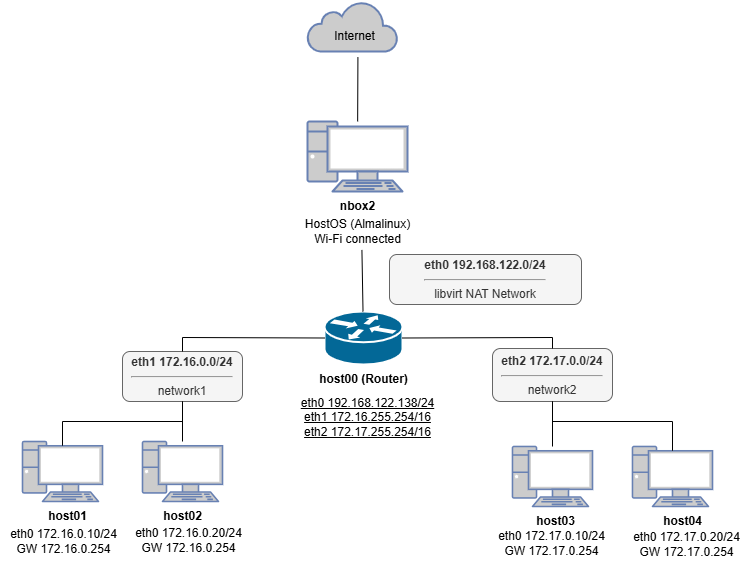
Earlier version of the draw.io export architecture/network-diagram.drawio.png (haru186f/kvm-network-lab). Source tidied: cells renumbered, new cells last; positions are measured from the earlier drawing's top-left corner, leaving out a move shared by most shapes.
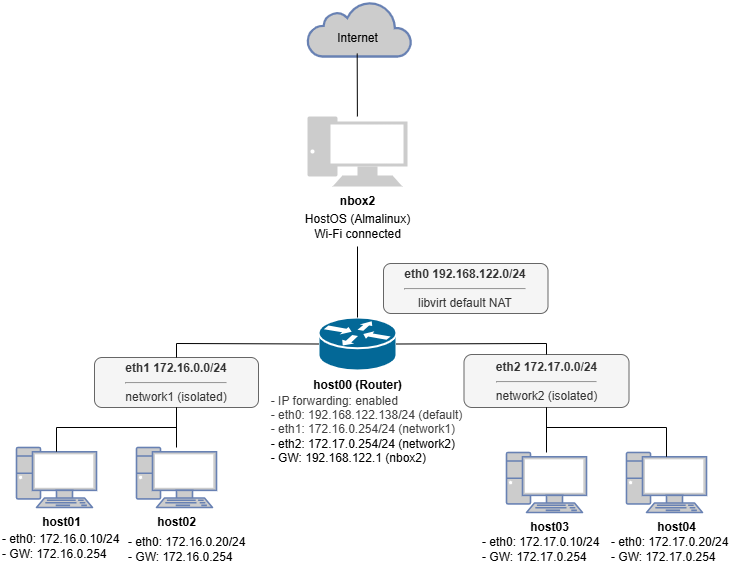
After the change.

Diff of the diagram source:
```diff
@@ -8,20 +8,17 @@
     <mxCell id="3" value="&lt;b&gt;host00 (Router)&lt;br&gt;&lt;/b&gt;" style="text;html=1;align=center;verticalAlign=middle;strokeColor=none;fillColor=none;" parent="1" vertex="1">
       <mxGeometry x="308" y="363" width="110" height="30" as="geometry" />
     </mxCell>
-    <mxCell id="4" value="&lt;div&gt;&lt;font color=&quot;#000000&quot;&gt;&lt;u&gt;eth0 192.168.122.138/24&lt;/u&gt;&lt;/font&gt;&lt;/div&gt;&lt;div&gt;&lt;font color=&quot;#000000&quot;&gt;&lt;u&gt;eth1 172.16.255.254/16&lt;/u&gt;&lt;/font&gt;&lt;/div&gt;&lt;div&gt;&lt;font color=&quot;#000000&quot;&gt;&lt;u&gt;eth2 172.17.255.254/16&lt;/u&gt;&lt;br&gt;&lt;/font&gt;&lt;/div&gt;" style="text;html=1;align=center;verticalAlign=middle;strokeColor=none;fillColor=none;" parent="1" vertex="1">
-      <mxGeometry x="287" y="386" width="160" height="60" as="geometry" />
+    <mxCell id="4" value="&lt;div&gt;&lt;span style=&quot;background-color: transparent;&quot;&gt;&lt;font style=&quot;color: rgb(0, 0, 0);&quot;&gt;&lt;div style=&quot;text-align: left;&quot;&gt;&lt;span style=&quot;background-color: transparent; color: rgb(63, 63, 63);&quot;&gt;- IP forwarding: enabled&lt;br&gt;- eth0: 192.168.122.138/24 (default)&lt;/span&gt;&lt;/div&gt;&lt;div style=&quot;text-align: left;&quot;&gt;&lt;span style=&quot;background-color: transparent; color: rgb(63, 63, 63);&quot;&gt;- eth1: 172.16.0.254/24 (network1)&lt;/span&gt;&lt;/div&gt;&lt;/font&gt;&lt;/span&gt;&lt;/div&gt;&lt;div&gt;&lt;div style=&quot;text-align: left;&quot;&gt;&lt;span style=&quot;background-color: transparent;&quot;&gt;&lt;font style=&quot;color: rgb(0, 0, 0);&quot;&gt;- eth2: 172.17.0.254/24 (network2)&lt;/font&gt;&lt;/span&gt;&lt;/div&gt;&lt;font style=&quot;color: rgb(0, 0, 0);&quot;&gt;&lt;div style=&quot;text-align: left;&quot;&gt;&lt;span style=&quot;background-color: transparent;&quot;&gt;- GW: 192.168.122.1 (nbox2)&lt;/span&gt;&lt;/div&gt;&lt;/font&gt;&lt;/div&gt;" style="text;html=1;align=center;verticalAlign=middle;strokeColor=none;fillColor=none;" parent="1" vertex="1">
+      <mxGeometry x="267" y="380" width="209" height="84" as="geometry" />
     </mxCell>
-    <mxCell id="5" value="&lt;b&gt;eth0 192.168.122.0/24&lt;br&gt;&lt;/b&gt;&lt;hr&gt;libvirt NAT Network" style="rounded=1;whiteSpace=wrap;html=1;fillStyle=auto;fillColor=#f5f5f5;fontColor=#333333;strokeColor=#666666;gradientColor=none;align=center;" parent="1" vertex="1">
-      <mxGeometry x="389" y="253" width="192" height="50" as="geometry" />
+    <mxCell id="5" value="&lt;b&gt;eth0 192.168.122.0/24&lt;br&gt;&lt;/b&gt;&lt;hr&gt;libvirt default NAT" style="rounded=1;whiteSpace=wrap;html=1;fillStyle=auto;fillColor=#f5f5f5;fontColor=#333333;strokeColor=#666666;gradientColor=none;align=center;" parent="1" vertex="1">
+      <mxGeometry x="389" y="256" width="164.5" height="50" as="geometry" />
     </mxCell>
-    <mxCell id="6" style="endArrow=none;html=1;entryX=0.534;entryY=0.961;entryDx=0;entryDy=0;entryPerimeter=0;" parent="1" edge="1" source="2" target="26">
-      <mxGeometry relative="1" as="geometry" />
-    </mxCell>
-    <mxCell id="7" value="&lt;b&gt;eth1 172.16.0.0/24&lt;br&gt;&lt;/b&gt;&lt;hr&gt;network1" style="rounded=1;whiteSpace=wrap;html=1;fillColor=#f5f5f5;fontColor=#333333;strokeColor=#666666;" parent="1" vertex="1">
-      <mxGeometry x="122" y="350" width="120" height="50" as="geometry" />
+    <mxCell id="7" value="&lt;b&gt;eth1 172.16.0.0/24&lt;br&gt;&lt;/b&gt;&lt;hr&gt;network1 (isolated)" style="rounded=1;whiteSpace=wrap;html=1;fillColor=#f5f5f5;fontColor=#333333;strokeColor=#666666;verticalAlign=middle;" parent="1" vertex="1">
+      <mxGeometry x="100" y="350" width="164" height="50" as="geometry" />
     </mxCell>
-    <mxCell id="8" value="&lt;b&gt;eth2 172.17.0.0/24&lt;/b&gt;&lt;div&gt;&lt;hr&gt;network2&lt;/div&gt;" style="rounded=1;whiteSpace=wrap;html=1;fillColor=#f5f5f5;fontColor=#333333;strokeColor=#666666;" parent="1" vertex="1">
-      <mxGeometry x="492" y="347" width="120" height="53" as="geometry" />
+    <mxCell id="8" value="&lt;b&gt;eth2 172.17.0.0/24&lt;/b&gt;&lt;div&gt;&lt;hr&gt;network2 (isolated)&lt;/div&gt;" style="rounded=1;whiteSpace=wrap;html=1;fillColor=#f5f5f5;fontColor=#333333;strokeColor=#666666;" parent="1" vertex="1">
+      <mxGeometry x="469.5" y="347" width="165" height="53" as="geometry" />
     </mxCell>
     <mxCell id="9" style="endArrow=none;html=1;entryX=0;entryY=0.5;entryDx=0;entryDy=0;entryPerimeter=0;exitX=0.5;exitY=0;exitDx=0;exitDy=0;rounded=0;curved=0;" parent="1" edge="1" source="7" target="2">
       <mxGeometry relative="1" as="geometry">
@@ -72,21 +69,21 @@
       </mxGeometry>
     </mxCell>
     <mxCell id="19" style="group;" parent="1" vertex="1">
-      <mxGeometry x="307" width="90" height="50" as="geometry" />
+      <mxGeometry x="313" y="-6" width="104" height="55" as="geometry" />
     </mxCell>
     <mxCell id="20" style="html=1;fillColor=#CCCCCC;strokeColor=#6881B3;gradientColor=none;gradientDirection=north;strokeWidth=2;shape=mxgraph.networks.cloud;fontColor=#ffffff;" parent="19" vertex="1">
-      <mxGeometry width="90" height="50" as="geometry" />
+      <mxGeometry width="104" height="55" as="geometry" />
     </mxCell>
     <mxCell id="21" value="Internet" style="text;html=1;align=center;verticalAlign=middle;points=[];strokeColor=none;fillColor=none;" parent="19" vertex="1">
-      <mxGeometry x="17" y="20" width="60" height="30" as="geometry" />
+      <mxGeometry x="19.6" y="22" width="60" height="30" as="geometry" />
     </mxCell>
     <mxCell id="22" style="group;" parent="1" vertex="1">
-      <mxGeometry x="292" y="120" width="130" height="130" as="geometry" />
+      <mxGeometry x="298" y="109" width="130" height="130" as="geometry" />
     </mxCell>
     <mxCell id="23" style="group;" parent="22" vertex="1">
       <mxGeometry x="15" width="115" height="130" as="geometry" />
     </mxCell>
-    <mxCell id="24" style="fontColor=#0066CC;verticalAlign=top;verticalLabelPosition=bottom;labelPosition=center;align=center;html=1;outlineConnect=0;fillColor=#CCCCCC;strokeColor=#6881B3;gradientColor=none;gradientDirection=north;strokeWidth=2;shape=mxgraph.networks.pc;" parent="23" vertex="1">
+    <mxCell id="24" style="fontColor=#0066CC;verticalAlign=top;verticalLabelPosition=bottom;labelPosition=center;align=center;html=1;outlineConnect=0;fillColor=#CCCCCC;strokeColor=none;gradientColor=none;gradientDirection=north;strokeWidth=2;shape=mxgraph.networks.pc;" parent="23" vertex="1">
       <mxGeometry width="100" height="70" as="geometry" />
     </mxCell>
     <mxCell id="25" value="&lt;b&gt;nbox2&lt;/b&gt;" style="text;html=1;align=center;verticalAlign=middle;strokeColor=none;fillColor=none;" parent="23" vertex="1">
@@ -107,20 +104,23 @@
     <mxCell id="30" value="&lt;b&gt;host02&lt;/b&gt;" style="text;html=1;align=center;verticalAlign=middle;strokeColor=none;fillColor=none;" parent="1" vertex="1">
       <mxGeometry x="152" y="500" width="60" height="30" as="geometry" />
     </mxCell>
-    <mxCell id="31" value="eth0 172.16.0.10/24&lt;br&gt;GW 172.16.0.254" style="text;html=1;align=center;verticalAlign=middle;strokeColor=none;fillColor=none;" parent="1" vertex="1">
-      <mxGeometry y="519" width="125" height="41" as="geometry" />
+    <mxCell id="31" value="- eth0: 172.16.0.10/24&lt;br&gt;- GW: 172.16.0.254" style="text;html=1;align=left;verticalAlign=middle;strokeColor=none;fillColor=none;" parent="1" vertex="1">
+      <mxGeometry x="6" y="518" width="135" height="41" as="geometry" />
     </mxCell>
-    <mxCell id="32" style="endArrow=none;html=1;entryX=0.557;entryY=1.186;entryDx=0;entryDy=0;entryPerimeter=0;" parent="1" edge="1" source="24" target="21">
-      <mxGeometry relative="1" as="geometry" />
-    </mxCell>
-    <mxCell id="33" value="eth0 172.16.0.20/24&lt;br&gt;GW 172.16.0.254" style="text;html=1;align=center;verticalAlign=middle;strokeColor=none;fillColor=none;" parent="1" vertex="1">
-      <mxGeometry x="125" y="518" width="125" height="41" as="geometry" />
+    <mxCell id="33" value="- eth0: 172.16.0.20/24&lt;br&gt;- GW: 172.16.0.254" style="text;html=1;align=left;verticalAlign=middle;strokeColor=none;fillColor=none;" parent="1" vertex="1">
+      <mxGeometry x="132" y="521" width="135" height="41" as="geometry" />
     </mxCell>
-    <mxCell id="34" value="eth0 172.17.0.10/24&lt;br&gt;GW 172.17.0.254" style="text;html=1;align=center;verticalAlign=middle;strokeColor=none;fillColor=none;" parent="1" vertex="1">
-      <mxGeometry x="488" y="521" width="125" height="41" as="geometry" />
+    <mxCell id="34" value="- eth0: 172.17.0.10/24&lt;br&gt;- GW: 172.17.0.254" style="text;html=1;align=left;verticalAlign=middle;strokeColor=none;fillColor=none;" parent="1" vertex="1">
+      <mxGeometry x="486" y="522" width="135" height="41" as="geometry" />
     </mxCell>
-    <mxCell id="35" value="eth0 172.17.0.20/24&lt;br&gt;GW 172.17.0.254" style="text;html=1;align=center;verticalAlign=middle;strokeColor=none;fillColor=none;" parent="1" vertex="1">
-      <mxGeometry x="623" y="522" width="125" height="41" as="geometry" />
+    <mxCell id="35" value="- eth0: 172.17.0.20/24&lt;br&gt;&lt;div style=&quot;&quot;&gt;&lt;span style=&quot;background-color: transparent;&quot;&gt;- GW: 172.17.0.254&lt;/span&gt;&lt;/div&gt;" style="text;html=1;align=left;verticalAlign=middle;strokeColor=none;fillColor=none;" parent="1" vertex="1">
+      <mxGeometry x="614.5" y="522" width="135" height="41" as="geometry" />
     </mxCell>
+    <mxCell id="36" style="html=1;rounded=0;curved=0;endArrow=none;endFill=0;" parent="1" edge="1" source="21" target="24">
+      <mxGeometry relative="1" as="geometry" />
+    </mxCell>
+    <mxCell id="37" style="edgeStyle=none;html=1;entryX=0.5;entryY=0;entryDx=0;entryDy=0;entryPerimeter=0;endArrow=none;endFill=0;rounded=0;curved=0;" parent="1" edge="1" source="26" target="2">
+      <mxGeometry relative="1" as="geometry" />
+    </mxCell>
   </root>
 </mxGraphModel>
```
